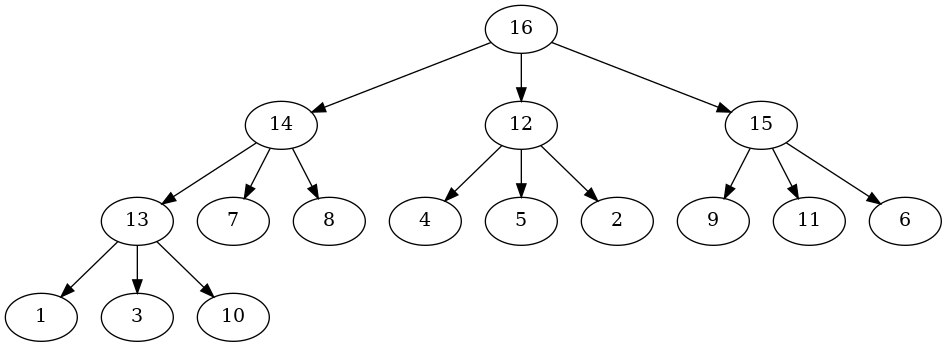
The Graphviz diagram graph.png in 1mchlkrpch/RuhovichAlgos, before a commit. Its source is kept beside it as graph.dot.
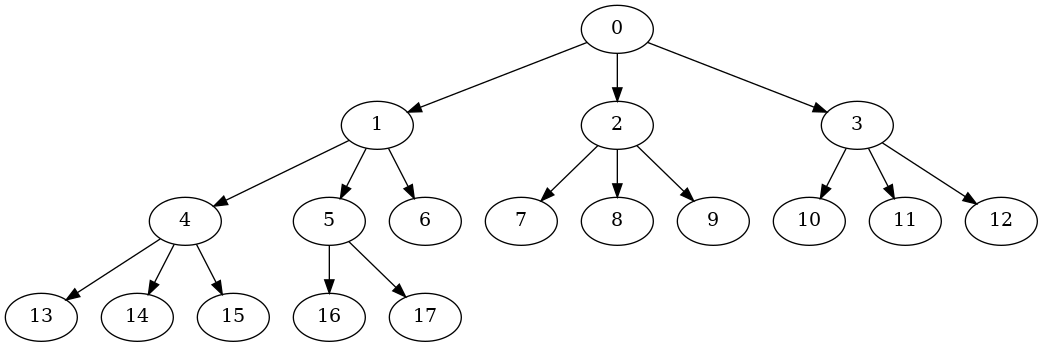
The same diagram one commit later.

What changed in the source:
```diff
@@ -1,17 +1,19 @@
 digraph G {
-	16 -> 14
-	16 -> 12
-	16 -> 15
-	14 -> 13
-	14 -> 7
-	14 -> 8
-	12 -> 4
-	12 -> 5
-	12 -> 2
-	15 -> 9
-	15 -> 11
-	15 -> 6
-	13 -> 1
-	13 -> 3
-	13 -> 10
+	0 -> 1
+	0 -> 2
+	0 -> 3
+	1 -> 4
+	1 -> 5
+	1 -> 6
+	2 -> 7
+	2 -> 8
+	2 -> 9
+	3 -> 10
+	3 -> 11
+	3 -> 12
+	4 -> 13
+	4 -> 14
+	4 -> 15
+	5 -> 16
+	5 -> 17
 }
```
